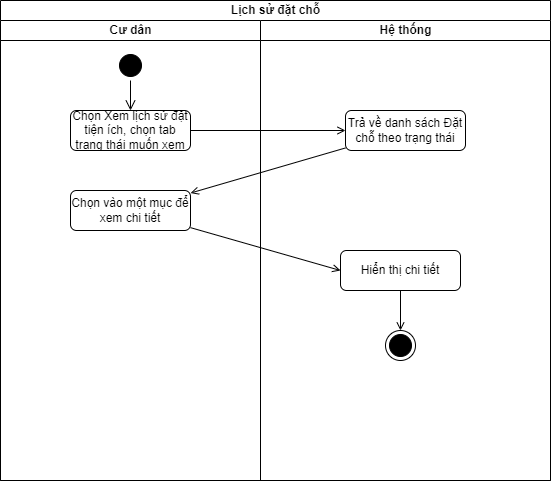
This is activity diagram/Tiện ích-Lịch sử đặt chỗ.drawio.png from kienndhn/draw-io, a draw.io export, as it was before one commit. Source tidied: cells renumbered, new cells last; positions are measured from the earlier drawing's top-left corner, leaving out a move shared by most shapes.
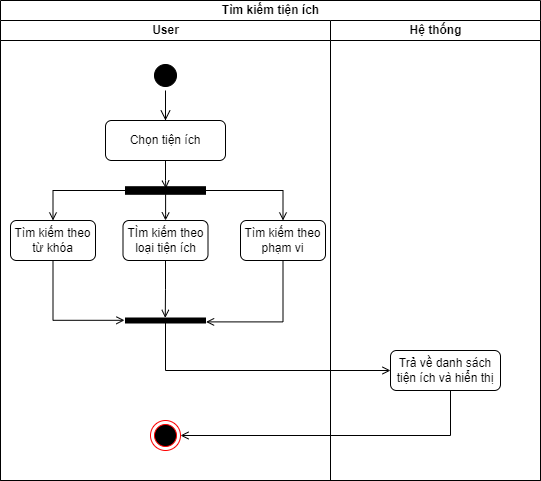
Above is the later version.

What changed in the source:
```diff
@@ -2,46 +2,46 @@
   <root>
     <mxCell id="0" />
     <mxCell id="1" parent="0" />
-    <mxCell id="2" value="Lịch sử đặt chỗ" style="swimlane;startSize=20;html=1;strokeColor=#000000;" parent="1" vertex="1">
-      <mxGeometry width="550" height="480" as="geometry" />
+    <mxCell id="2" value="Lịch sử đặt chỗ" style="swimlane;startSize=20;html=1;strokeColor=#000000;fontSize=14;" parent="1" vertex="1">
+      <mxGeometry width="550" height="380" as="geometry" />
     </mxCell>
-    <mxCell id="3" value="Cư dân" style="swimlane;startSize=20;html=1;strokeColor=#000000;" parent="2" vertex="1">
-      <mxGeometry y="20" width="260" height="460" as="geometry" />
+    <mxCell id="3" value="Cư dân" style="swimlane;startSize=20;html=1;strokeColor=#000000;fontSize=14;" parent="2" vertex="1">
+      <mxGeometry y="20" width="260" height="360" as="geometry" />
     </mxCell>
-    <mxCell id="4" style="ellipse;html=1;shape=startState;fillColor=#000000;strokeColor=#000000;" parent="3" vertex="1">
-      <mxGeometry x="115" y="30" width="30" height="30" as="geometry" />
+    <mxCell id="4" style="ellipse;html=1;shape=startState;fillColor=#000000;strokeColor=#000000;fontSize=14;" parent="3" vertex="1">
+      <mxGeometry x="117.5" y="30" width="30" height="30" as="geometry" />
     </mxCell>
-    <mxCell id="5" style="edgeStyle=orthogonalEdgeStyle;html=1;verticalAlign=bottom;endArrow=open;endSize=8;strokeColor=#000000;rounded=0;entryX=0.5;entryY=0;entryDx=0;entryDy=0;" parent="3" edge="1" source="4" target="6">
+    <mxCell id="5" style="edgeStyle=orthogonalEdgeStyle;html=1;verticalAlign=bottom;endArrow=open;endSize=8;strokeColor=#000000;rounded=0;entryX=0.5;entryY=0;entryDx=0;entryDy=0;fontSize=14;" parent="3" edge="1" source="4" target="6">
       <mxGeometry relative="1" as="geometry" />
     </mxCell>
-    <mxCell id="6" value="Chọn Xem lịch sử đặt tiện ích, chọn tab trạng thái muốn xem" style="rounded=1;whiteSpace=wrap;html=1;strokeColor=#000000;" parent="3" vertex="1">
-      <mxGeometry x="70" y="90" width="120" height="40" as="geometry" />
+    <mxCell id="6" value="Chọn Xem lịch sử đặt tiện ích, chọn tab trạng thái muốn xem" style="rounded=1;whiteSpace=wrap;html=1;strokeColor=#000000;fontSize=14;" parent="3" vertex="1">
+      <mxGeometry x="65" y="80" width="135" height="60" as="geometry" />
     </mxCell>
-    <mxCell id="7" value="Chọn vào một mục để xem chi tiết" style="rounded=1;whiteSpace=wrap;html=1;strokeColor=#000000;" parent="3" vertex="1">
-      <mxGeometry x="70" y="170" width="120" height="40" as="geometry" />
+    <mxCell id="7" value="Chọn vào một mục để xem chi tiết" style="rounded=1;whiteSpace=wrap;html=1;strokeColor=#000000;fontSize=14;" parent="3" vertex="1">
+      <mxGeometry x="65" y="210" width="135" height="60" as="geometry" />
     </mxCell>
-    <mxCell id="8" value="Hệ thống" style="swimlane;startSize=20;html=1;strokeColor=#000000;" parent="2" vertex="1">
-      <mxGeometry x="260" y="20" width="290" height="460" as="geometry" />
+    <mxCell id="8" value="Hệ thống" style="swimlane;startSize=20;html=1;strokeColor=#000000;fontSize=14;" parent="2" vertex="1">
+      <mxGeometry x="260" y="20" width="290" height="360" as="geometry" />
     </mxCell>
-    <mxCell id="9" value="Trả về danh sách Đặt chỗ theo trạng thái" style="rounded=1;whiteSpace=wrap;html=1;strokeColor=#000000;" parent="8" vertex="1">
-      <mxGeometry x="85" y="90" width="120" height="40" as="geometry" />
+    <mxCell id="9" value="Trả về danh sách Đặt chỗ theo trạng thái" style="rounded=1;whiteSpace=wrap;html=1;strokeColor=#000000;fontSize=14;" parent="8" vertex="1">
+      <mxGeometry x="90" y="75" width="145" height="70" as="geometry" />
     </mxCell>
-    <mxCell id="10" value="Hiển thị chi tiết" style="rounded=1;whiteSpace=wrap;html=1;strokeColor=#000000;" parent="8" vertex="1">
-      <mxGeometry x="80" y="230" width="120" height="40" as="geometry" />
+    <mxCell id="10" value="Hiển thị chi tiết" style="rounded=1;whiteSpace=wrap;html=1;strokeColor=#000000;fontSize=14;" parent="8" vertex="1">
+      <mxGeometry x="90" y="210" width="140" height="60" as="geometry" />
     </mxCell>
-    <mxCell id="11" style="ellipse;html=1;shape=endState;fillColor=#000000;strokeColor=#000000;" parent="8" vertex="1">
-      <mxGeometry x="125" y="310" width="30" height="30" as="geometry" />
+    <mxCell id="11" style="ellipse;html=1;shape=endState;fillColor=#000000;strokeColor=#000000;fontSize=14;" parent="8" vertex="1">
+      <mxGeometry x="145" y="310" width="30" height="30" as="geometry" />
     </mxCell>
-    <mxCell id="12" style="edgeStyle=none;rounded=0;jettySize=auto;html=1;strokeColor=#000000;endArrow=open;endFill=0;" parent="8" edge="1" source="10" target="11">
+    <mxCell id="12" style="edgeStyle=none;rounded=0;jettySize=auto;html=1;strokeColor=#000000;endArrow=open;endFill=0;fontSize=14;" parent="8" edge="1" source="10" target="11">
       <mxGeometry relative="1" as="geometry" />
     </mxCell>
-    <mxCell id="13" style="edgeStyle=orthogonalEdgeStyle;rounded=0;jettySize=auto;html=1;strokeColor=#000000;endArrow=open;endFill=0;" parent="2" edge="1" source="6" target="9">
+    <mxCell id="13" style="edgeStyle=orthogonalEdgeStyle;rounded=0;jettySize=auto;html=1;strokeColor=#000000;endArrow=open;endFill=0;fontSize=14;" parent="2" edge="1" source="6" target="9">
       <mxGeometry relative="1" as="geometry" />
     </mxCell>
-    <mxCell id="14" style="rounded=0;jettySize=auto;html=1;strokeColor=#000000;endArrow=open;endFill=0;" parent="2" edge="1" source="9" target="7">
+    <mxCell id="14" style="rounded=0;jettySize=auto;html=1;strokeColor=#000000;endArrow=open;endFill=0;fontSize=14;" parent="2" edge="1" source="9" target="7">
       <mxGeometry relative="1" as="geometry" />
     </mxCell>
-    <mxCell id="15" style="rounded=0;jettySize=auto;html=1;strokeColor=#000000;endArrow=open;endFill=0;entryX=0;entryY=0.5;entryDx=0;entryDy=0;" parent="2" edge="1" source="7" target="10">
+    <mxCell id="15" style="rounded=0;jettySize=auto;html=1;strokeColor=#000000;endArrow=open;endFill=0;entryX=0;entryY=0.5;entryDx=0;entryDy=0;fontSize=14;" parent="2" edge="1" source="7" target="10">
       <mxGeometry relative="1" as="geometry" />
     </mxCell>
   </root>
```
